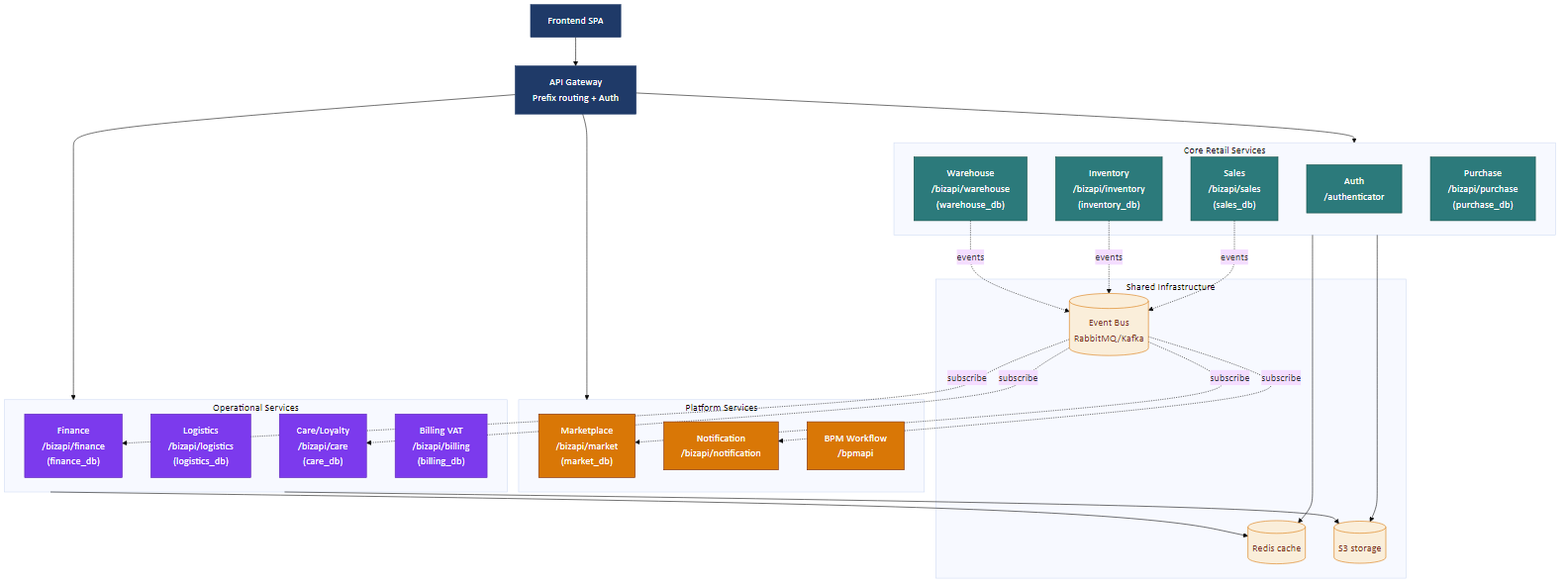
ducdung872001/cloud-crm keeps this Mermaid diagram as docs/sa/diagrams/14-backend-architecture.png. Above is the earlier version. Its source is kept beside it as docs/sa/diagrams/sources/14-backend-architecture.mmd. Source of this version:
```mermaid
%%{init: {'theme':'base','themeVariables':{'fontFamily':'Calibri','fontSize':'18px'}}}%%
flowchart TB
    FE["Frontend SPA"]
    GW["API Gateway<br/>Prefix routing + Auth"]

    subgraph CORE["Core Retail Services"]
      AUTH["Auth<br/>/authenticator"]
      SALES["Sales<br/>/bizapi/sales<br/>(sales_db)"]
      INV["Inventory<br/>/bizapi/inventory<br/>(inventory_db)"]
      WH["Warehouse<br/>/bizapi/warehouse<br/>(warehouse_db)"]
      PUR["Purchase<br/>/bizapi/purchase<br/>(purchase_db)"]
    end

    subgraph OPS["Operational Services"]
      FIN["Finance<br/>/bizapi/finance<br/>(finance_db)"]
      LOG["Logistics<br/>/bizapi/logistics<br/>(logistics_db)"]
      CARE["Care/Loyalty<br/>/bizapi/care<br/>(care_db)"]
      BILL["Billing VAT<br/>/bizapi/billing<br/>(billing_db)"]
    end

    subgraph PLAT["Platform Services"]
      MKT["Marketplace<br/>/bizapi/market<br/>(market_db)"]
      NOTIF["Notification<br/>/bizapi/notification"]
      BPM["BPM Workflow<br/>/bpmapi"]
    end

    subgraph SHARED["Shared Infrastructure"]
      MQ[(Event Bus<br/>RabbitMQ/Kafka)]
      REDIS[(Redis cache)]
      S3[(S3 storage)]
    end

    FE --> GW
    GW --> CORE
    GW --> OPS
    GW --> PLAT

    SALES -.events.-> MQ
    INV -.events.-> MQ
    WH -.events.-> MQ
    MQ -.subscribe.-> FIN
    MQ -.subscribe.-> CARE
    MQ -.subscribe.-> NOTIF
    MQ -.subscribe.-> MKT

    CORE --> REDIS
    OPS --> REDIS
    CORE --> S3
    OPS --> S3

    classDef fe fill:#1F3A68,stroke:#1F3A68,color:#fff
    classDef core fill:#2C7A7B,stroke:#0F4C44,color:#fff
    classDef ops fill:#7C3AED,stroke:#5B21B6,color:#fff
    classDef plat fill:#D97706,stroke:#7C2D12,color:#fff
    classDef data fill:#FAEEDA,stroke:#D97706,color:#7C2D12

    class FE,GW fe
    class AUTH,SALES,INV,WH,PUR core
    class FIN,LOG,CARE,BILL ops
    class MKT,NOTIF,BPM plat
    class MQ,REDIS,S3 data
```
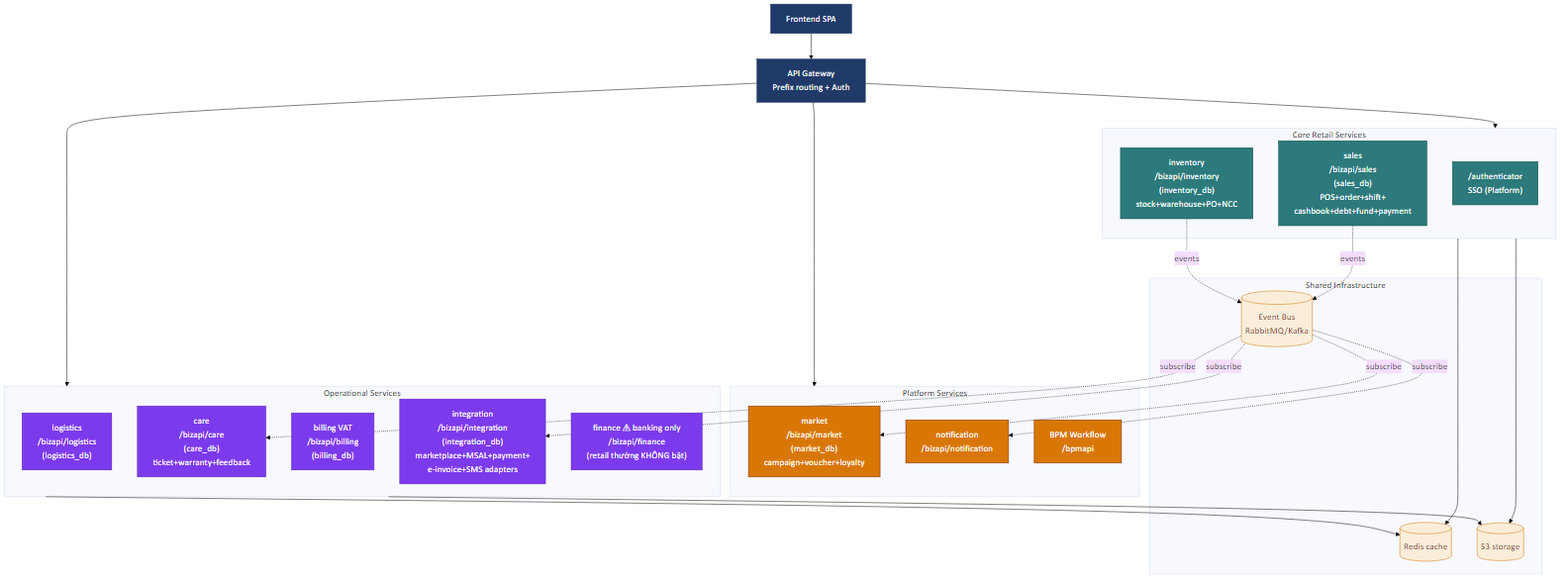
After the change.

Diff of the diagram source:
```diff
@@ -4,23 +4,22 @@
     GW["API Gateway<br/>Prefix routing + Auth"]
 
     subgraph CORE["Core Retail Services"]
-      AUTH["Auth<br/>/authenticator"]
-      SALES["Sales<br/>/bizapi/sales<br/>(sales_db)"]
-      INV["Inventory<br/>/bizapi/inventory<br/>(inventory_db)"]
-      WH["Warehouse<br/>/bizapi/warehouse<br/>(warehouse_db)"]
-      PUR["Purchase<br/>/bizapi/purchase<br/>(purchase_db)"]
+      AUTH["/authenticator<br/>SSO (Platform)"]
+      SALES["sales<br/>/bizapi/sales<br/>(sales_db)<br/>POS+order+shift+<br/>cashbook+debt+fund+payment"]
+      INV["inventory<br/>/bizapi/inventory<br/>(inventory_db)<br/>stock+warehouse+PO+NCC"]
     end
 
     subgraph OPS["Operational Services"]
-      FIN["Finance<br/>/bizapi/finance<br/>(finance_db)"]
-      LOG["Logistics<br/>/bizapi/logistics<br/>(logistics_db)"]
-      CARE["Care/Loyalty<br/>/bizapi/care<br/>(care_db)"]
-      BILL["Billing VAT<br/>/bizapi/billing<br/>(billing_db)"]
+      LOG["logistics<br/>/bizapi/logistics<br/>(logistics_db)"]
+      CARE["care<br/>/bizapi/care<br/>(care_db)<br/>ticket+warranty+feedback"]
+      BILL["billing VAT<br/>/bizapi/billing<br/>(billing_db)"]
+      INTEG["integration<br/>/bizapi/integration<br/>(integration_db)<br/>marketplace+MSAL+payment+<br/>e-invoice+SMS adapters"]
+      FIN["finance ⚠ banking only<br/>/bizapi/finance<br/>(retail thường KHÔNG bật)"]
     end
 
     subgraph PLAT["Platform Services"]
-      MKT["Marketplace<br/>/bizapi/market<br/>(market_db)"]
-      NOTIF["Notification<br/>/bizapi/notification"]
+      MKT["market<br/>/bizapi/market<br/>(market_db)<br/>campaign+voucher+loyalty"]
+      NOTIF["notification<br/>/bizapi/notification"]
       BPM["BPM Workflow<br/>/bpmapi"]
     end
 
@@ -37,11 +36,10 @@
 
     SALES -.events.-> MQ
     INV -.events.-> MQ
-    WH -.events.-> MQ
-    MQ -.subscribe.-> FIN
     MQ -.subscribe.-> CARE
     MQ -.subscribe.-> NOTIF
     MQ -.subscribe.-> MKT
+    MQ -.subscribe.-> INTEG
 
     CORE --> REDIS
     OPS --> REDIS
@@ -55,7 +53,7 @@
     classDef data fill:#FAEEDA,stroke:#D97706,color:#7C2D12
 
     class FE,GW fe
-    class AUTH,SALES,INV,WH,PUR core
-    class FIN,LOG,CARE,BILL ops
+    class AUTH,SALES,INV core
+    class LOG,CARE,BILL,INTEG,FIN ops
     class MKT,NOTIF,BPM plat
     class MQ,REDIS,S3 data
```
